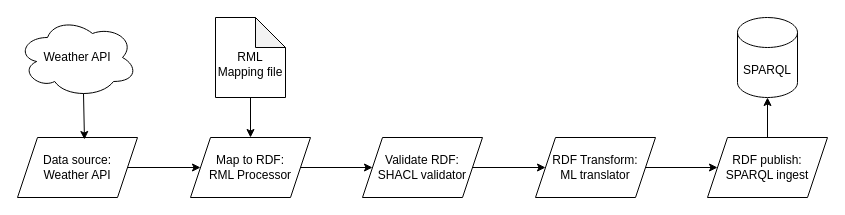
Before: slides/img/RunningExample.drawio in rdf-connect/Tutorial-SEMANTiCS2025, a draw.io diagram. Source tidied: cells renumbered, new cells numbered last; positions are measured from the earlier drawing's top-left corner, leaving out a move shared by most shapes. Both pictures are drawn from the tidied source at 100%, with x=0, y=0 at pixel (17, 17).
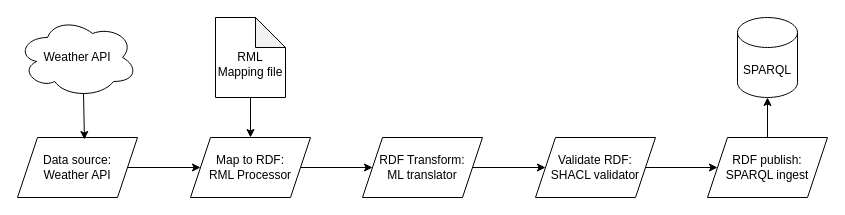
Above is the later version.

What changed in the source:
```diff
@@
 <mxGraphModel>
   <root>
     <mxCell id="0" />
     <mxCell id="1" parent="0" />
     <mxCell id="2" style="edgeStyle=orthogonalEdgeStyle;rounded=0;jettySize=auto;html=1;exitX=0.5;exitY=1;exitDx=0;exitDy=0;exitPerimeter=0;entryX=0.5;entryY=0;entryDx=0;entryDy=0;" parent="1" edge="1" source="3" target="5">
       <mxGeometry relative="1" as="geometry" />
     </mxCell>
     <mxCell id="3" value="&lt;div&gt;&lt;br&gt;&lt;/div&gt;&lt;div&gt;RML&lt;/div&gt;Mapping file" style="shape=note;whiteSpace=wrap;html=1;backgroundOutline=1;darkOpacity=0.05;" parent="1" vertex="1">
       <mxGeometry x="198" width="70" height="80" as="geometry" />
     </mxCell>
     <mxCell id="4" style="edgeStyle=orthogonalEdgeStyle;rounded=0;jettySize=auto;html=1;exitX=1;exitY=0.5;exitDx=0;exitDy=0;entryX=0;entryY=0.5;entryDx=0;entryDy=0;" parent="1" edge="1" source="5" target="9">
       <mxGeometry relative="1" as="geometry" />
     </mxCell>
     <mxCell id="5" value="Map to RDF:&lt;div&gt;RML Processor&lt;/div&gt;" style="shape=parallelogram;perimeter=parallelogramPerimeter;whiteSpace=wrap;html=1;fixedSize=1;" parent="1" vertex="1">
       <mxGeometry x="173" y="120" width="120" height="60" as="geometry" />
     </mxCell>
     <mxCell id="6" value="Data source:&lt;div&gt;Weather API&lt;/div&gt;" style="shape=parallelogram;perimeter=parallelogramPerimeter;whiteSpace=wrap;html=1;fixedSize=1;" parent="1" vertex="1">
       <mxGeometry y="120" width="120" height="60" as="geometry" />
     </mxCell>
     <mxCell id="7" value="Weather API" style="ellipse;shape=cloud;whiteSpace=wrap;html=1;" parent="1" vertex="1">
       <mxGeometry width="120" height="80" as="geometry" />
     </mxCell>
     <mxCell id="8" style="edgeStyle=orthogonalEdgeStyle;rounded=0;jettySize=auto;html=1;exitX=1;exitY=0.5;exitDx=0;exitDy=0;entryX=0;entryY=0.5;entryDx=0;entryDy=0;" parent="1" edge="1" source="9" target="11">
       <mxGeometry relative="1" as="geometry" />
     </mxCell>
-    <mxCell id="9" value="Validate RDF:&lt;div&gt;SHACL validator&lt;/div&gt;" style="shape=parallelogram;perimeter=parallelogramPerimeter;whiteSpace=wrap;html=1;fixedSize=1;" parent="1" vertex="1">
+    <mxCell id="9" value="&lt;div&gt;RDF Transform:&lt;div&gt;ML translator&lt;/div&gt;&lt;/div&gt;" style="shape=parallelogram;perimeter=parallelogramPerimeter;whiteSpace=wrap;html=1;fixedSize=1;" parent="1" vertex="1">
       <mxGeometry x="345" y="120" width="120" height="60" as="geometry" />
     </mxCell>
     <mxCell id="10" style="edgeStyle=orthogonalEdgeStyle;rounded=0;jettySize=auto;html=1;exitX=1;exitY=0.5;exitDx=0;exitDy=0;entryX=0;entryY=0.5;entryDx=0;entryDy=0;" parent="1" edge="1" source="11" target="12">
       <mxGeometry relative="1" as="geometry" />
     </mxCell>
-    <mxCell id="11" value="RDF Transform:&lt;div&gt;ML translator&lt;/div&gt;" style="shape=parallelogram;perimeter=parallelogramPerimeter;whiteSpace=wrap;html=1;fixedSize=1;" parent="1" vertex="1">
+    <mxCell id="11" value="Validate RDF:&lt;div&gt;SHACL validator&lt;/div&gt;" style="shape=parallelogram;perimeter=parallelogramPerimeter;whiteSpace=wrap;html=1;fixedSize=1;" parent="1" vertex="1">
       <mxGeometry x="518" y="120" width="120" height="60" as="geometry" />
     </mxCell>
     <mxCell id="12" value="RDF publish:&lt;div&gt;SPARQL ingest&lt;/div&gt;" style="shape=parallelogram;perimeter=parallelogramPerimeter;whiteSpace=wrap;html=1;fixedSize=1;" parent="1" vertex="1">
       <mxGeometry x="690" y="120" width="120" height="60" as="geometry" />
     </mxCell>
     <mxCell id="13" value="SPARQL" style="shape=cylinder3;whiteSpace=wrap;html=1;boundedLbl=1;backgroundOutline=1;size=15;" parent="1" vertex="1">
       <mxGeometry x="720" width="60" height="80" as="geometry" />
     </mxCell>
     <mxCell id="14" style="endArrow=classic;html=1;rounded=0;exitX=0.55;exitY=0.95;exitDx=0;exitDy=0;exitPerimeter=0;entryX=0.558;entryY=0.033;entryDx=0;entryDy=0;entryPerimeter=0;" parent="1" edge="1" source="7" target="6">
       <mxGeometry relative="1" as="geometry" />
     </mxCell>
     <mxCell id="15" style="endArrow=classic;html=1;rounded=0;exitX=1;exitY=0.5;exitDx=0;exitDy=0;entryX=0;entryY=0.5;entryDx=0;entryDy=0;" parent="1" edge="1" source="6" target="5">
       <mxGeometry relative="1" as="geometry" />
     </mxCell>
     <mxCell id="16" style="edgeStyle=orthogonalEdgeStyle;rounded=0;jettySize=auto;html=1;exitX=0.5;exitY=0;exitDx=0;exitDy=0;entryX=0.5;entryY=1;entryDx=0;entryDy=0;entryPerimeter=0;" parent="1" edge="1" source="12" target="13">
       <mxGeometry relative="1" as="geometry" />
     </mxCell>
   </root>
 </mxGraphModel>
```
